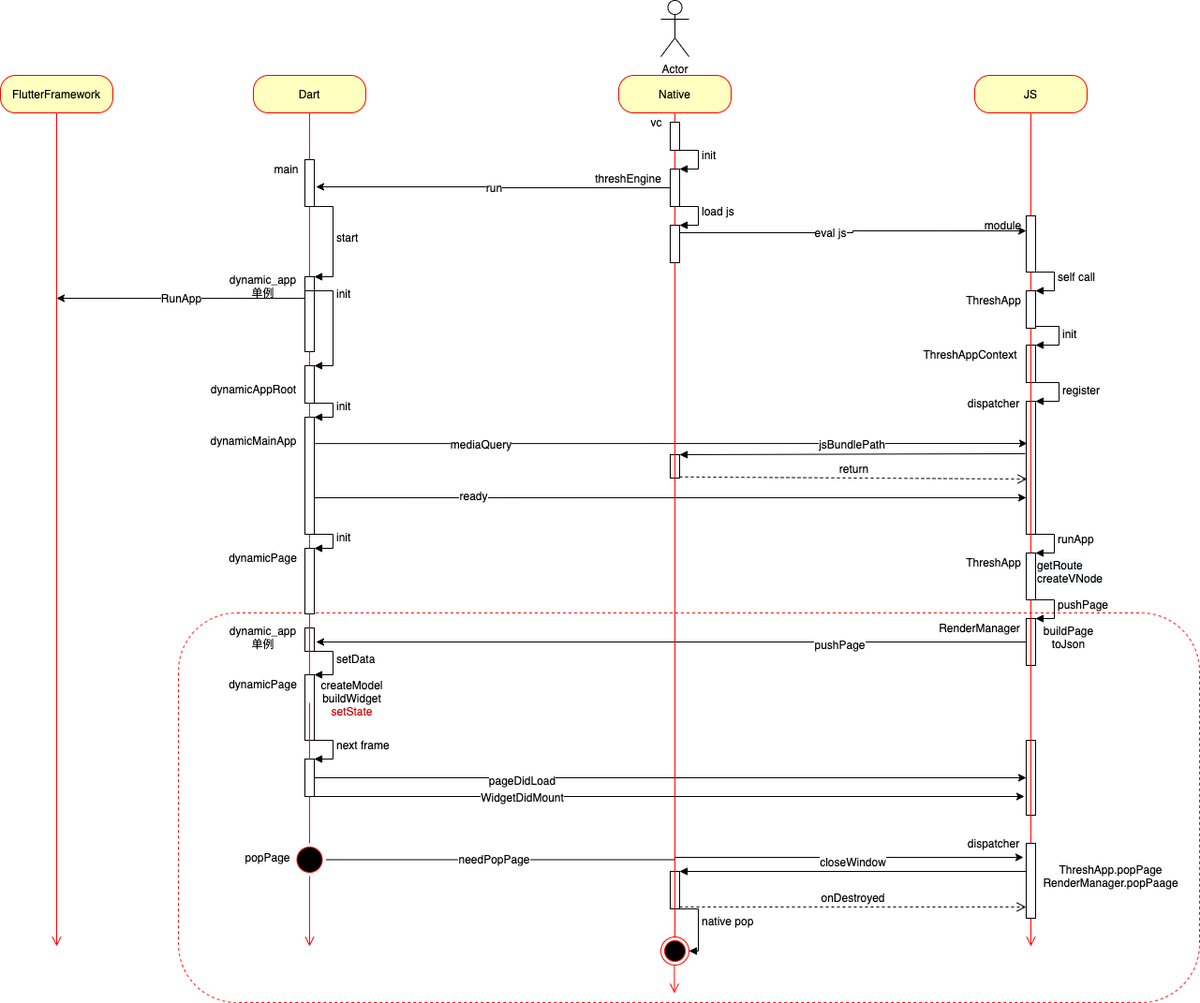
The draw.io diagram flutter/thresh UML.png in JD-Tang/flutter_uml, before a commit. Source tidied: cells renumbered, new cells last; positions are measured from the earlier drawing's top-left corner, leaving out a move shared by most shapes.
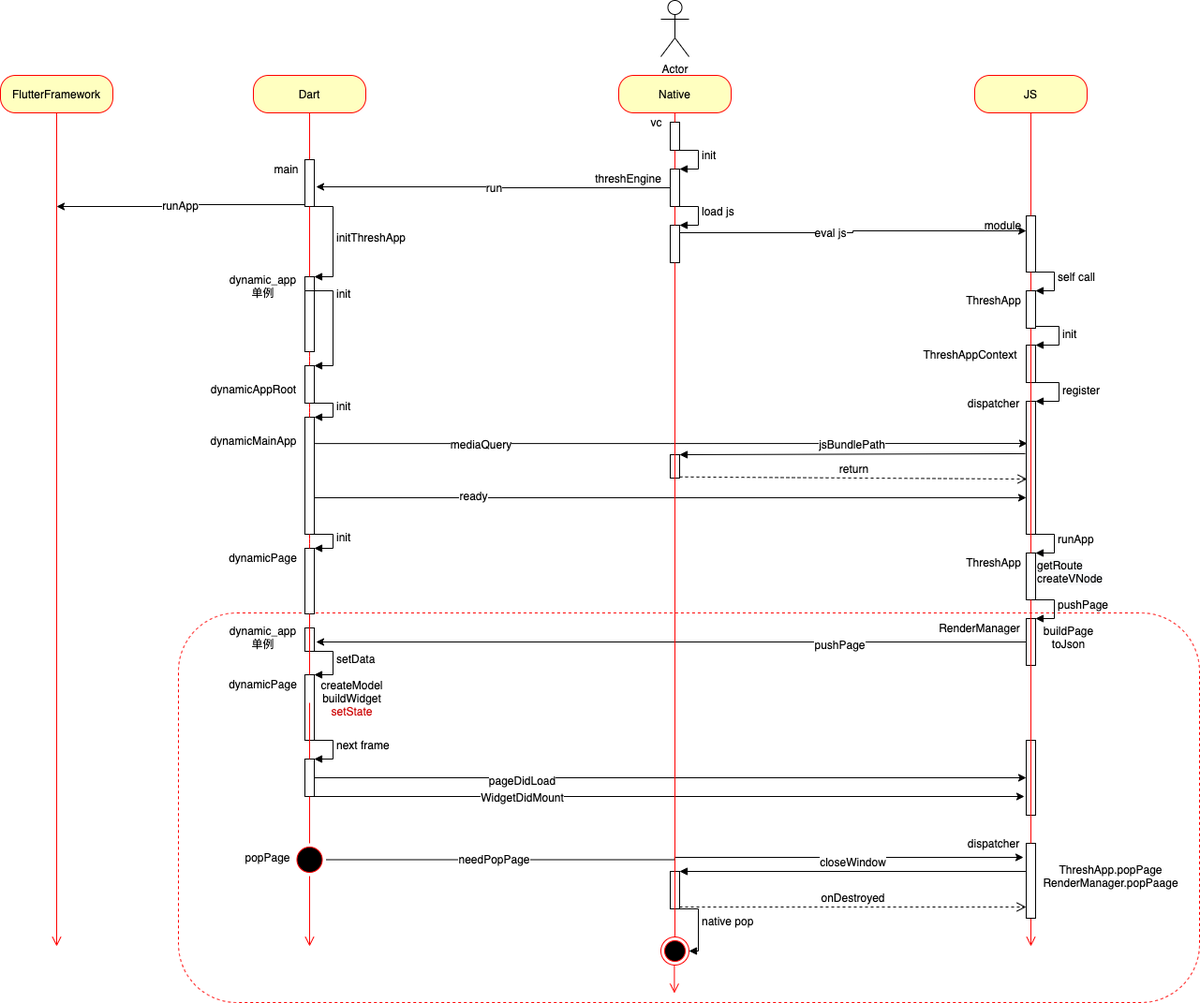
The same diagram one commit later.

What changed in the source:
```diff
@@ -44,13 +44,23 @@
         <mxPoint x="330" y="750" as="targetPoint" />
       </mxGeometry>
     </mxCell>
+    <mxCell id="109" style="edgeStyle=orthogonalEdgeStyle;rounded=0;jettySize=auto;html=1;exitX=0;exitY=0.96;exitDx=0;exitDy=0;exitPerimeter=0;" parent="1" edge="1" source="13">
+      <mxGeometry relative="1" as="geometry">
+        <mxPoint x="60" y="220" as="targetPoint" />
+      </mxGeometry>
+    </mxCell>
+    <mxCell id="110" value="runApp" style="edgeLabel;html=1;align=center;verticalAlign=middle;" parent="109" vertex="1">
+      <mxGeometry x="-0.01" y="-1" relative="1" as="geometry">
+        <mxPoint x="-2" y="1" as="offset" />
+      </mxGeometry>
+    </mxCell>
     <mxCell id="13" style="html=1;points=[];perimeter=orthogonalPerimeter;" parent="1" vertex="1">
       <mxGeometry x="325" y="170" width="10" height="50" as="geometry" />
     </mxCell>
     <mxCell id="14" style="edgeStyle=orthogonalEdgeStyle;html=1;verticalAlign=bottom;endArrow=none;endSize=8;strokeColor=#ff0000;" parent="1" edge="1" source="7" target="13">
       <mxGeometry relative="1" as="geometry" />
     </mxCell>
-    <mxCell id="15" value="start" style="edgeStyle=orthogonalEdgeStyle;html=1;align=left;spacingLeft=2;endArrow=block;rounded=0;entryX=1;entryY=0;" parent="1" edge="1" target="18">
+    <mxCell id="15" value="initThreshApp" style="edgeStyle=orthogonalEdgeStyle;html=1;align=left;spacingLeft=2;endArrow=block;rounded=0;entryX=1;entryY=0;" parent="1" edge="1" target="18">
       <mxGeometry relative="1" as="geometry">
         <mxPoint x="325" y="220" as="sourcePoint" />
         <Array as="points">
@@ -58,14 +68,6 @@
         </Array>
       </mxGeometry>
     </mxCell>
-    <mxCell id="16" style="edgeStyle=orthogonalEdgeStyle;rounded=0;jettySize=auto;html=1;exitX=0;exitY=0.288;exitDx=0;exitDy=0;exitPerimeter=0;" parent="1" edge="1" source="18">
-      <mxGeometry relative="1" as="geometry">
-        <mxPoint x="60" y="318" as="targetPoint" />
-      </mxGeometry>
-    </mxCell>
-    <mxCell id="17" value="RunApp" style="edgeLabel;html=1;align=center;verticalAlign=middle;" parent="16" vertex="1">
-      <mxGeometry y="-1" relative="1" as="geometry" />
-    </mxCell>
     <mxCell id="18" style="html=1;points=[];perimeter=orthogonalPerimeter;" parent="1" vertex="1">
       <mxGeometry x="325" y="295" width="10" height="80" as="geometry" />
     </mxCell>
```
